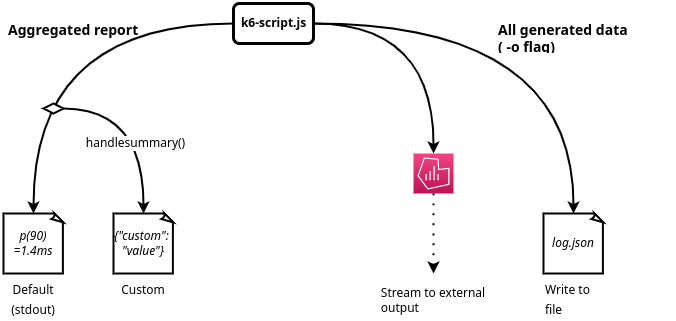
This is src/data/markdown/translated-guides/en/01 Getting started/images/k6-results-diagram.png from grafana/k6-docs, a draw.io export, as it was before one commit. Source tidied: cells renumbered, new cells last; positions are measured from the earlier drawing's top-left corner, leaving out a move shared by most shapes.
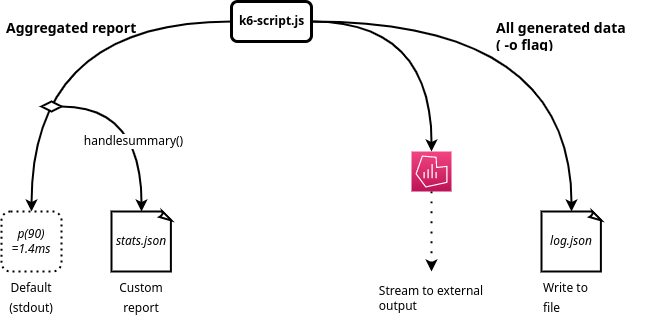
Later version of the same file.

Commit message:
Diagram, gives files and stdout different icons

Diff of the diagram source:
```diff
@@ -13,29 +13,27 @@
     <mxCell id="4" style="sketch=0;points=[[0,0,0],[0.25,0,0],[0.5,0,0],[0.75,0,0],[1,0,0],[0,1,0],[0.25,1,0],[0.5,1,0],[0.75,1,0],[1,1,0],[0,0.25,0],[0,0.5,0],[0,0.75,0],[1,0.25,0],[1,0.5,0],[1,0.75,0]];points=[[0,0,0],[0.25,0,0],[0.5,0,0],[0.75,0,0],[1,0,0],[0,1,0],[0.25,1,0],[0.5,1,0],[0.75,1,0],[1,1,0],[0,0.25,0],[0,0.5,0],[0,0.75,0],[1,0.25,0],[1,0.5,0],[1,0.75,0]];outlineConnect=0;fontColor=#232F3E;gradientColor=#F34482;gradientDirection=north;fillColor=#BC1356;strokeColor=#ffffff;dashed=0;verticalLabelPosition=bottom;verticalAlign=top;align=center;html=1;fontSize=12;fontStyle=0;shape=mxgraph.aws4.resourceIcon;resIcon=mxgraph.aws4.managed_service_for_grafana;" parent="1" vertex="1">
       <mxGeometry x="410" y="150" width="40" height="40" as="geometry" />
     </mxCell>
-    <mxCell id="5" value="&lt;i&gt;&lt;font face=&quot;Lucida Console&quot;&gt;p(90)&lt;br&gt;=1.4ms&lt;/font&gt;&lt;/i&gt;" style="whiteSpace=wrap;html=1;shape=mxgraph.basic.document;strokeWidth=2;" parent="1" vertex="1">
-      <mxGeometry y="210" width="60" height="60" as="geometry" />
-    </mxCell>
     <mxCell id="6" value="&lt;i&gt;&lt;font face=&quot;Lucida Console&quot;&gt;log.json&lt;/font&gt;&lt;/i&gt;" style="whiteSpace=wrap;html=1;shape=mxgraph.basic.document;strokeWidth=2;" parent="1" vertex="1">
       <mxGeometry x="540" y="210" width="60" height="60" as="geometry" />
     </mxCell>
-    <mxCell id="7" value="&lt;i&gt;&lt;font face=&quot;Lucida Console&quot;&gt;{&quot;custom&quot;:&amp;nbsp;&lt;br&gt;&quot;value&quot;}&lt;/font&gt;&lt;br&gt;&lt;/i&gt;" style="whiteSpace=wrap;html=1;shape=mxgraph.basic.document;strokeWidth=2;" parent="1" vertex="1">
-      <mxGeometry x="110" y="210" width="60" height="60" as="geometry" />
-    </mxCell>
     <mxCell id="8" style="edgeStyle=orthogonalEdgeStyle;curved=1;jettySize=auto;html=1;strokeWidth=2;" parent="1" edge="1" source="11" target="4">
       <mxGeometry relative="1" as="geometry" />
     </mxCell>
     <mxCell id="9" style="edgeStyle=orthogonalEdgeStyle;curved=1;jettySize=auto;html=1;fontSize=14;strokeWidth=2;" parent="1" edge="1" source="11" target="6">
       <mxGeometry relative="1" as="geometry" />
     </mxCell>
-    <mxCell id="10" style="edgeStyle=orthogonalEdgeStyle;curved=1;jettySize=auto;html=1;entryX=0.5;entryY=0;entryDx=0;entryDy=0;entryPerimeter=0;fontSize=14;strokeWidth=2;" parent="1" edge="1" source="11" target="5">
-      <mxGeometry relative="1" as="geometry" />
+    <mxCell id="10" style="edgeStyle=orthogonalEdgeStyle;curved=1;jettySize=auto;html=1;entryX=0.5;entryY=0;entryDx=0;entryDy=0;entryPerimeter=0;fontSize=14;strokeWidth=2;" parent="1" edge="1" source="11">
+      <mxGeometry relative="1" as="geometry">
+        <mxPoint x="30" y="210" as="targetPoint" />
+      </mxGeometry>
     </mxCell>
     <mxCell id="11" value="&lt;b&gt;k6-script.js&lt;/b&gt;" style="text;html=1;align=center;verticalAlign=middle;points=[];strokeColor=none;fillColor=none;" parent="1" vertex="1">
       <mxGeometry x="230" y="10" width="80" height="20" as="geometry" />
     </mxCell>
-    <mxCell id="12" style="edgeStyle=orthogonalEdgeStyle;curved=1;jettySize=auto;html=1;strokeWidth=2;" parent="1" edge="1" source="14" target="7">
-      <mxGeometry relative="1" as="geometry" />
+    <mxCell id="12" style="edgeStyle=orthogonalEdgeStyle;curved=1;jettySize=auto;html=1;strokeWidth=2;" parent="1" edge="1" source="14">
+      <mxGeometry relative="1" as="geometry">
+        <mxPoint x="140" y="210" as="targetPoint" />
+      </mxGeometry>
     </mxCell>
     <mxCell id="13" value="handlesummary()" style="edgeLabel;html=1;align=center;verticalAlign=middle;fontSize=12;" parent="12" vertex="1">
       <mxGeometry x="0.24" y="-9" relative="1" as="geometry" />
@@ -46,8 +44,8 @@
     <mxCell id="15" value="&lt;font style=&quot;font-size: 12px&quot;&gt;Default&lt;br&gt;(stdout)&lt;/font&gt;" style="text;html=1;strokeColor=none;fillColor=none;align=center;verticalAlign=middle;whiteSpace=wrap;rounded=0;fontSize=16;" parent="1" vertex="1">
       <mxGeometry y="280" width="60" height="30" as="geometry" />
     </mxCell>
-    <mxCell id="16" value="&lt;font style=&quot;font-size: 12px&quot;&gt;Custom&lt;/font&gt;" style="text;html=1;strokeColor=none;fillColor=none;align=center;verticalAlign=middle;whiteSpace=wrap;rounded=0;fontSize=16;" parent="1" vertex="1">
-      <mxGeometry x="110" y="270" width="60" height="30" as="geometry" />
+    <mxCell id="16" value="&lt;font style=&quot;font-size: 12px&quot;&gt;Custom&lt;br&gt;report&lt;br&gt;&lt;/font&gt;" style="text;html=1;strokeColor=none;fillColor=none;align=center;verticalAlign=middle;whiteSpace=wrap;rounded=0;fontSize=16;" parent="1" vertex="1">
+      <mxGeometry x="110" y="280" width="60" height="30" as="geometry" />
     </mxCell>
     <mxCell id="17" value="&lt;font style=&quot;font-size: 12px&quot;&gt;Stream to external&lt;br&gt;&lt;div style=&quot;text-align: left&quot;&gt;&lt;span&gt;output&lt;/span&gt;&lt;/div&gt;&lt;/font&gt;" style="text;html=1;strokeColor=none;fillColor=none;align=center;verticalAlign=middle;whiteSpace=wrap;rounded=0;fontSize=16;" parent="1" vertex="1">
       <mxGeometry x="370" y="280" width="120" height="30" as="geometry" />
@@ -61,5 +59,11 @@
     <mxCell id="20" value="&lt;h1 style=&quot;font-size: 14px&quot;&gt;All generated data&lt;br&gt;( -o flag)&lt;/h1&gt;" style="text;html=1;strokeColor=none;fillColor=none;spacing=5;spacingTop=-20;whiteSpace=wrap;overflow=hidden;rounded=0;" parent="1" vertex="1">
       <mxGeometry x="490" y="20" width="180" height="30" as="geometry" />
     </mxCell>
+    <mxCell id="5" value="&lt;i&gt;&lt;font face=&quot;Lucida Console&quot;&gt;p(90)&lt;br&gt;=1.4ms&lt;/font&gt;&lt;/i&gt;" style="rounded=1;whiteSpace=wrap;html=1;strokeWidth=2;dashed=1;dashPattern=1 2;" parent="1" vertex="1">
+      <mxGeometry y="210" width="60" height="60" as="geometry" />
+    </mxCell>
+    <mxCell id="21" value="&lt;i&gt;&lt;font face=&quot;Lucida Console&quot;&gt;stats.json&lt;/font&gt;&lt;/i&gt;" style="whiteSpace=wrap;html=1;shape=mxgraph.basic.document;strokeWidth=2;" parent="1" vertex="1">
+      <mxGeometry x="110" y="210" width="60" height="60" as="geometry" />
+    </mxCell>
   </root>
 </mxGraphModel>
```
